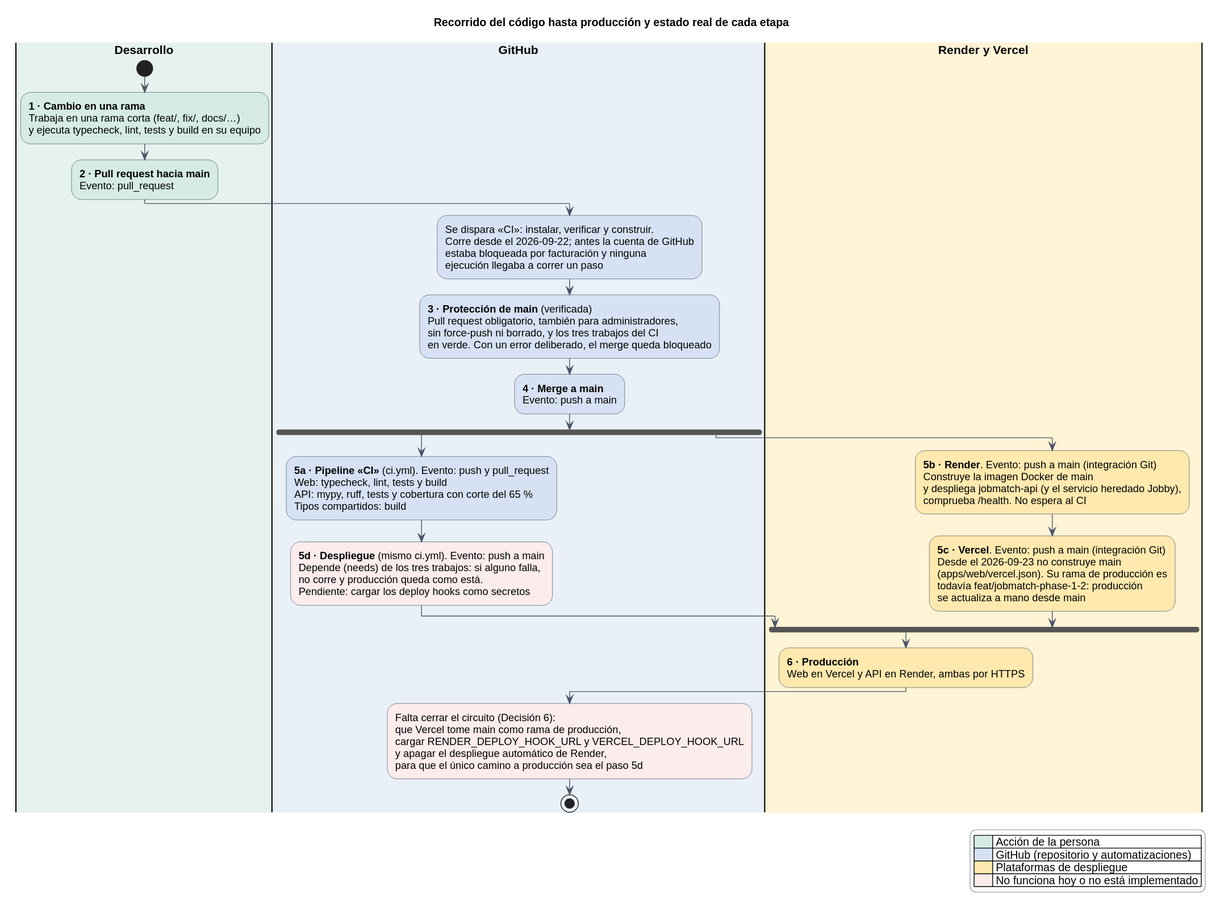
The PlantUML diagram docs/diagramas/recorrido-del-codigo.svg in Buatishi/Jobby, before a commit.
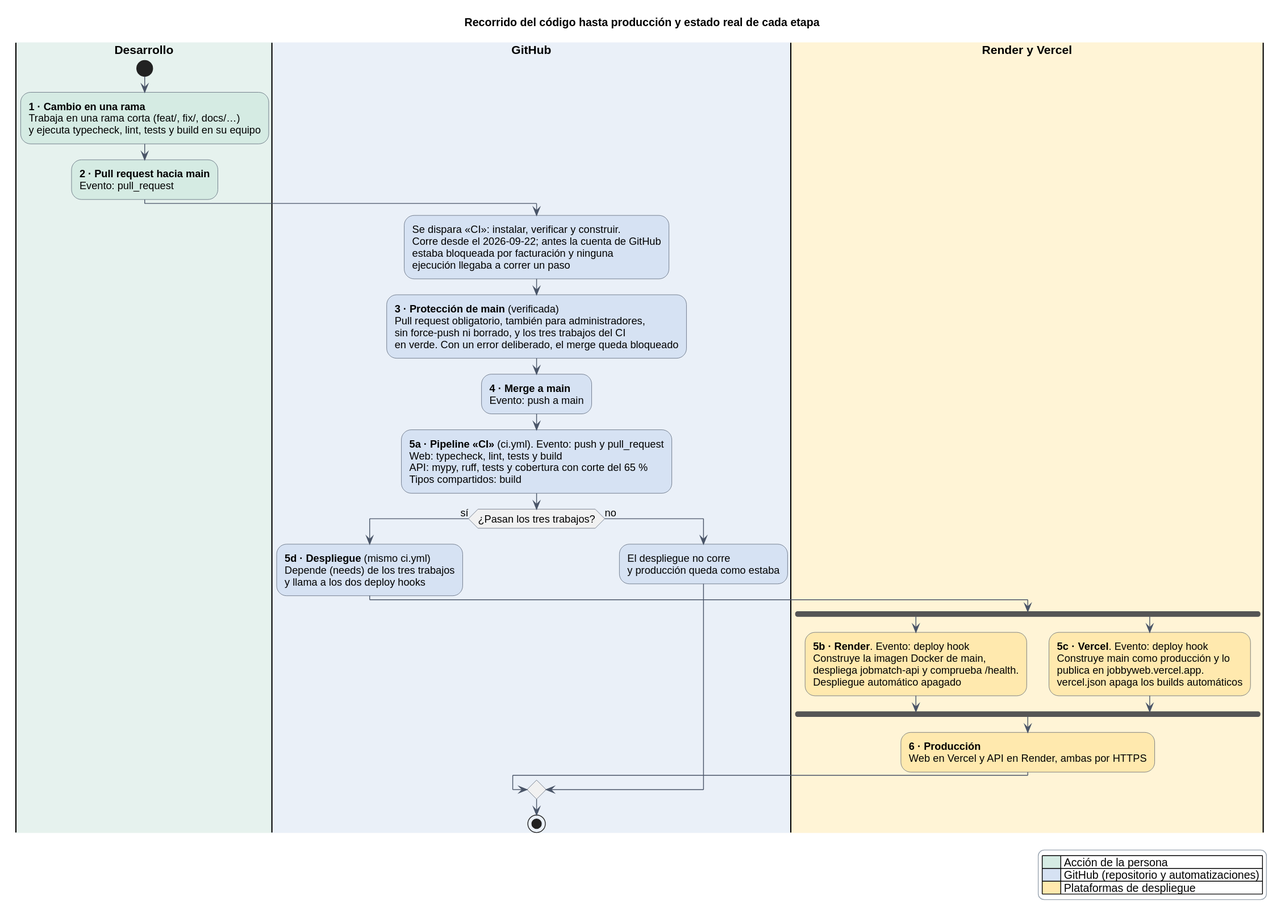
Later version of the same file.

What changed in the source:
```diff
@@ -35,41 +35,38 @@
 en verde. Con un error deliberado, el merge queda bloqueado; <<#D6E2F3>>
 :**4 · Merge a main**
 Evento: push a main; <<#D6E2F3>>
-fork
-  :**5a · Pipeline «CI»** (ci.yml). Evento: push y pull_request
-  Web: typecheck, lint, tests y build
-  API: mypy, ruff, tests y cobertura con corte del 65 %
-  Tipos compartidos: build; <<#D6E2F3>>
-  :**5d · Despliegue** (mismo ci.yml). Evento: push a main
-  Depende (needs) de los tres trabajos: si alguno falla,
-  no corre y producción queda como está.
-  Pendiente: cargar los deploy hooks como secretos; <<#FDECEC>>
-fork again
+:**5a · Pipeline «CI»** (ci.yml). Evento: push y pull_request
+Web: typecheck, lint, tests y build
+API: mypy, ruff, tests y cobertura con corte del 65 %
+Tipos compartidos: build; <<#D6E2F3>>
+if (¿Pasan los tres trabajos?) then (sí)
+  :**5d · Despliegue** (mismo ci.yml)
+  Depende (needs) de los tres trabajos
+  y llama a los dos deploy hooks; <<#D6E2F3>>
   |Render y Vercel|
-  :**5b · Render**. Evento: push a main (integración Git)
-  Construye la imagen Docker de main
-  y despliega jobmatch-api (y el servicio heredado Jobby),
-  comprueba /health. No espera al CI; <<#FFE9AE>>
-  :**5c · Vercel**. Evento: push a main (integración Git)
-  Desde el 2026-09-23 no construye main
-  (apps/web/vercel.json). Su rama de producción es
-  todavía feat/jobmatch-phase-1-2: producción
-  se actualiza a mano desde main; <<#FFE9AE>>
-end fork
-:**6 · Producción**
-Web en Vercel y API en Render, ambas por HTTPS; <<#FFE9AE>>
-|GitHub|
-:Falta cerrar el circuito (Decisión 6):
-que Vercel tome main como rama de producción,
-cargar RENDER_DEPLOY_HOOK_URL y VERCEL_DEPLOY_HOOK_URL
-y apagar el despliegue automático de Render,
-para que el único camino a producción sea el paso 5d; <<#FDECEC>>
+  fork
+    :**5b · Render**. Evento: deploy hook
+    Construye la imagen Docker de main,
+    despliega jobmatch-api y comprueba /health.
+    Despliegue automático apagado; <<#FFE9AE>>
+  fork again
+    :**5c · Vercel**. Evento: deploy hook
+    Construye main como producción y lo
+    publica en jobbyweb.vercel.app.
+    vercel.json apaga los builds automáticos; <<#FFE9AE>>
+  end fork
+  :**6 · Producción**
+  Web en Vercel y API en Render, ambas por HTTPS; <<#FFE9AE>>
+else (no)
+  |GitHub|
+  :El despliegue no corre
+  y producción queda como estaba; <<#D6E2F3>>
+endif
 stop
 
 legend right
   |<#D5EBE3>      | Acción de la persona |
   |<#D6E2F3>      | GitHub (repositorio y automatizaciones) |
   |<#FFE9AE>      | Plataformas de despliegue |
-  |<#FDECEC>      | No funciona hoy o no está implementado |
 endlegend
 @enduml
```
